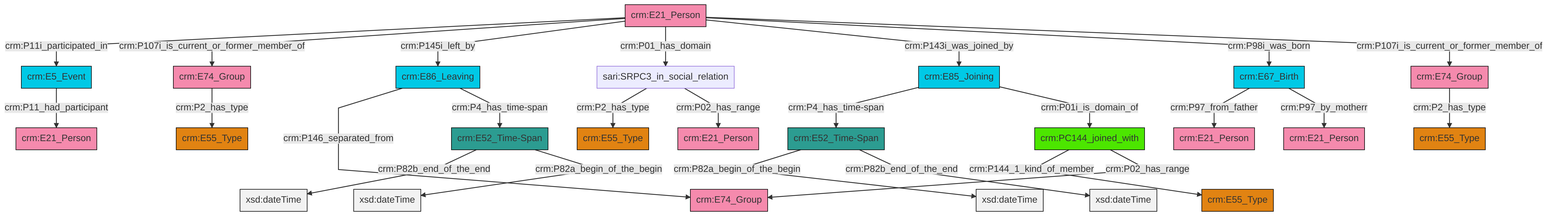
Earlier version of the Mermaid export et/personCSV/ttl/mmd/png/Person_Actor_Relations.png (swiss-art-research-net/reference-data-models). Its source is kept beside it as et/personCSV/ttl/mmd/Person_Actor_Relations.ttl.mmd.
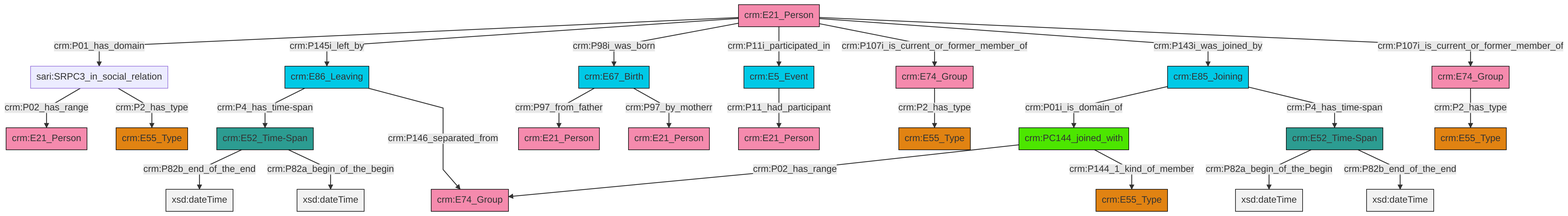
Above is the later version.

What changed in the source:
```diff
@@ -13,27 +13,27 @@
 classDef PC_Classes fill:#4ce600, stroke:#000000;
 classDef Multi fill:#cccccc,stroke:#000000;
 
-0["crm:E67_Birth"]:::Temporal_Entity -->|crm:P97_from_father| 1["crm:E21_Person"]:::Actor
-9["crm:PC144_joined_with"]:::PC_Classes -->|crm:P144_1_kind_of_member| 7["crm:E55_Type"]:::Type
-10["crm:E52_Time-Span"]:::Time-Span -->|crm:P82a_begin_of_the_begin| 11[xsd:dateTime]:::Literal
-12["crm:E86_Leaving"]:::Temporal_Entity -->|crm:P146_separated_from| 2["crm:E74_Group"]:::Actor
-13["crm:E21_Person"]:::Actor -->|crm:P11i_participated_in| 15["crm:E5_Event"]:::Temporal_Entity
-17["sari:SRPC3_in_social_relation"]:::Default -->|crm:P2_has_type| 4["crm:E55_Type"]:::Type
-22["crm:E74_Group"]:::Actor -->|crm:P2_has_type| 23["crm:E55_Type"]:::Type
-24["crm:E85_Joining"]:::Temporal_Entity -->|crm:P4_has_time-span| 10["crm:E52_Time-Span"]:::Time-Span
-12["crm:E86_Leaving"]:::Temporal_Entity -->|crm:P4_has_time-span| 25["crm:E52_Time-Span"]:::Time-Span
-13["crm:E21_Person"]:::Actor -->|crm:P107i_is_current_or_former_member_of| 26["crm:E74_Group"]:::Actor
-25["crm:E52_Time-Span"]:::Time-Span -->|crm:P82b_end_of_the_end| 29[xsd:dateTime]:::Literal
-26["crm:E74_Group"]:::Actor -->|crm:P2_has_type| 20["crm:E55_Type"]:::Type
-13["crm:E21_Person"]:::Actor -->|crm:P145i_left_by| 12["crm:E86_Leaving"]:::Temporal_Entity
-13["crm:E21_Person"]:::Actor -->|crm:P01_has_domain| 17["sari:SRPC3_in_social_relation"]:::Default
-0["crm:E67_Birth"]:::Temporal_Entity -->|crm:P97_by_motherr| 34["crm:E21_Person"]:::Actor
-17["sari:SRPC3_in_social_relation"]:::Default -->|crm:P02_has_range| 18["crm:E21_Person"]:::Actor
-25["crm:E52_Time-Span"]:::Time-Span -->|crm:P82a_begin_of_the_begin| 36[xsd:dateTime]:::Literal
-15["crm:E5_Event"]:::Temporal_Entity -->|crm:P11_had_participant| 37["crm:E21_Person"]:::Actor
-24["crm:E85_Joining"]:::Temporal_Entity -->|crm:P01i_is_domain_of| 9["crm:PC144_joined_with"]:::PC_Classes
-13["crm:E21_Person"]:::Actor -->|crm:P143i_was_joined_by| 24["crm:E85_Joining"]:::Temporal_Entity
-13["crm:E21_Person"]:::Actor -->|crm:P98i_was_born| 0["crm:E67_Birth"]:::Temporal_Entity
-10["crm:E52_Time-Span"]:::Time-Span -->|crm:P82b_end_of_the_end| 42[xsd:dateTime]:::Literal
-13["crm:E21_Person"]:::Actor -->|crm:P107i_is_current_or_former_member_of| 22["crm:E74_Group"]:::Actor
-9["crm:PC144_joined_with"]:::PC_Classes -->|crm:P02_has_range| 2["crm:E74_Group"]:::Actor
+4["crm:E21_Person"]:::Actor -->|crm:P01_has_domain| 14["sari:SRPC3_in_social_relation"]:::Default
+15["crm:PC144_joined_with"]:::PC_Classes -->|crm:P02_has_range| 16["crm:E74_Group"]:::Actor
+17["crm:E67_Birth"]:::Temporal_Entity -->|crm:P97_from_father| 12["crm:E21_Person"]:::Actor
+14["sari:SRPC3_in_social_relation"]:::Default -->|crm:P02_has_range| 18["crm:E21_Person"]:::Actor
+17["crm:E67_Birth"]:::Temporal_Entity -->|crm:P97_by_motherr| 8["crm:E21_Person"]:::Actor
+0["crm:E52_Time-Span"]:::Time-Span -->|crm:P82a_begin_of_the_begin| 21[xsd:dateTime]:::Literal
+22["crm:E5_Event"]:::Temporal_Entity -->|crm:P11_had_participant| 2["crm:E21_Person"]:::Actor
+4["crm:E21_Person"]:::Actor -->|crm:P145i_left_by| 23["crm:E86_Leaving"]:::Temporal_Entity
+4["crm:E21_Person"]:::Actor -->|crm:P98i_was_born| 17["crm:E67_Birth"]:::Temporal_Entity
+31["crm:E85_Joining"]:::Temporal_Entity -->|crm:P01i_is_domain_of| 15["crm:PC144_joined_with"]:::PC_Classes
+4["crm:E21_Person"]:::Actor -->|crm:P11i_participated_in| 22["crm:E5_Event"]:::Temporal_Entity
+31["crm:E85_Joining"]:::Temporal_Entity -->|crm:P4_has_time-span| 0["crm:E52_Time-Span"]:::Time-Span
+33["crm:E74_Group"]:::Actor -->|crm:P2_has_type| 29["crm:E55_Type"]:::Type
+4["crm:E21_Person"]:::Actor -->|crm:P107i_is_current_or_former_member_of| 33["crm:E74_Group"]:::Actor
+4["crm:E21_Person"]:::Actor -->|crm:P143i_was_joined_by| 31["crm:E85_Joining"]:::Temporal_Entity
+23["crm:E86_Leaving"]:::Temporal_Entity -->|crm:P4_has_time-span| 10["crm:E52_Time-Span"]:::Time-Span
+0["crm:E52_Time-Span"]:::Time-Span -->|crm:P82b_end_of_the_end| 37[xsd:dateTime]:::Literal
+4["crm:E21_Person"]:::Actor -->|crm:P107i_is_current_or_former_member_of| 6["crm:E74_Group"]:::Actor
+10["crm:E52_Time-Span"]:::Time-Span -->|crm:P82b_end_of_the_end| 38[xsd:dateTime]:::Literal
+15["crm:PC144_joined_with"]:::PC_Classes -->|crm:P144_1_kind_of_member| 19["crm:E55_Type"]:::Type
+10["crm:E52_Time-Span"]:::Time-Span -->|crm:P82a_begin_of_the_begin| 42[xsd:dateTime]:::Literal
+14["sari:SRPC3_in_social_relation"]:::Default -->|crm:P2_has_type| 34["crm:E55_Type"]:::Type
+23["crm:E86_Leaving"]:::Temporal_Entity -->|crm:P146_separated_from| 16["crm:E74_Group"]:::Actor
+6["crm:E74_Group"]:::Actor -->|crm:P2_has_type| 24["crm:E55_Type"]:::Type
```
